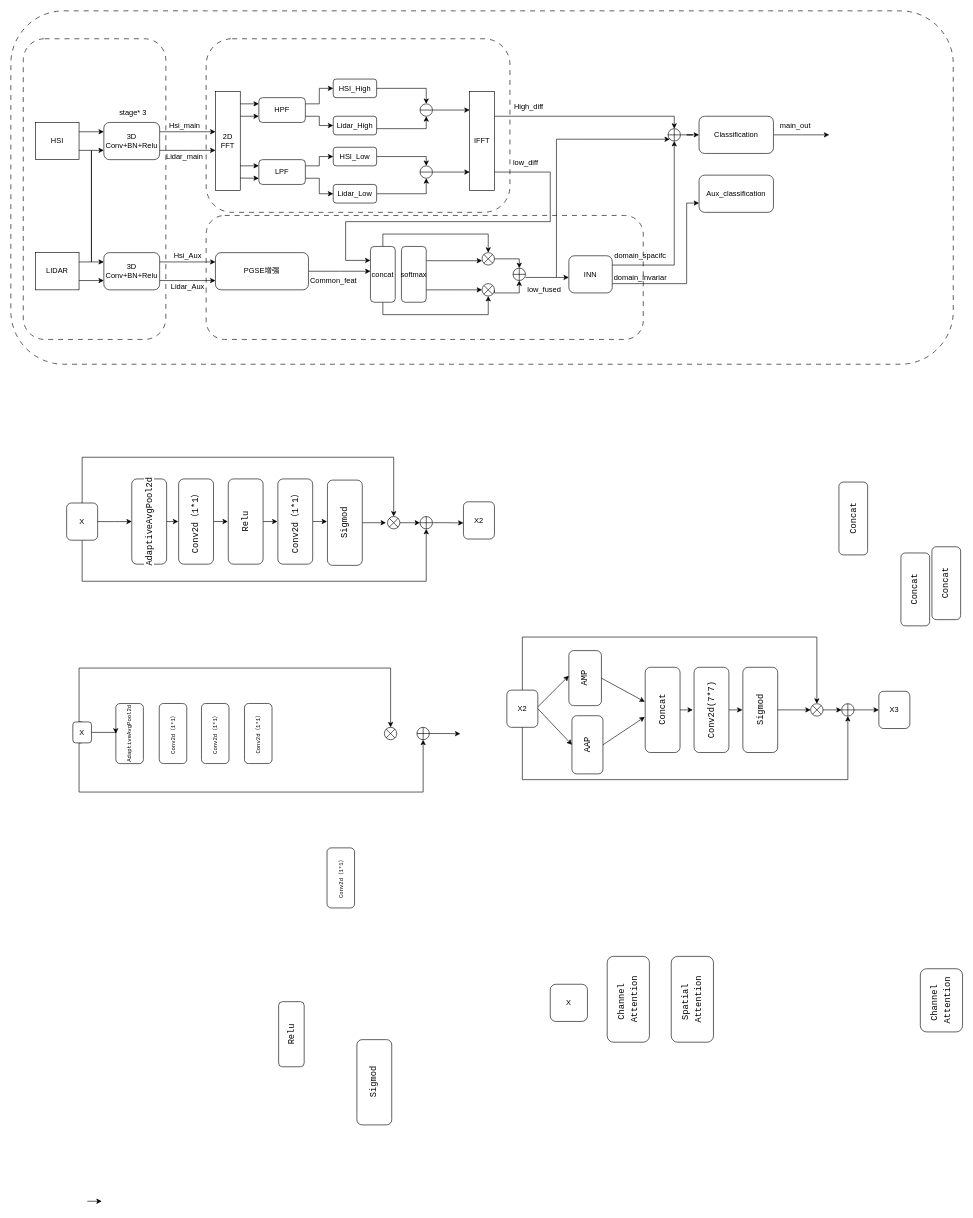
Above: 草图.drawio in Liaoshiyao-jm/model_photoes (draw.io), before the change. Source tidied: cells renumbered, new cells numbered last; positions are measured from the earlier drawing's top-left corner, leaving out a move shared by most shapes. Both pictures are drawn from the tidied source at 62%, with x=0, y=0 at pixel (11, 11).
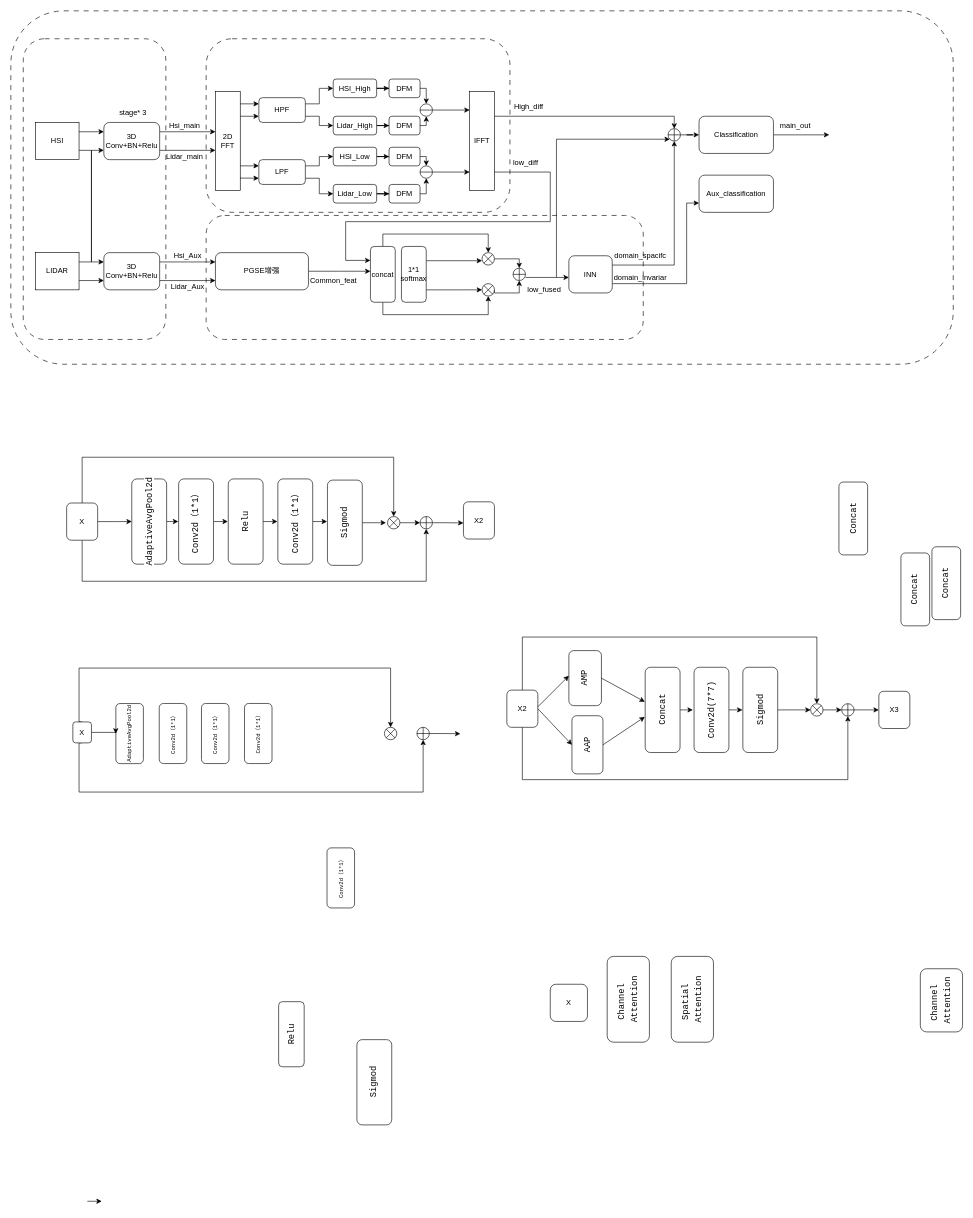
The same diagram, later.

The change refers to these unchanged cells:
```xml
<mxCell id="41" value="HSI_High" style="rounded=1;whiteSpace=wrap;html=1;glass=0;strokeColor=default;align=center;verticalAlign=middle;fontFamily=Helvetica;fontSize=12;fontColor=default;fillColor=default;" parent="1" vertex="1">
  <mxGeometry x="520" y="110" width="70" height="30" as="geometry" />
</mxCell>
<mxCell id="43" value="HSI_Low" style="rounded=1;whiteSpace=wrap;html=1;glass=0;strokeColor=default;align=center;verticalAlign=middle;fontFamily=Helvetica;fontSize=12;fontColor=default;fillColor=default;" parent="1" vertex="1">
  <mxGeometry x="520" y="220" width="70" height="30" as="geometry" />
</mxCell>
<mxCell id="45" value="Lidar_High" style="rounded=1;whiteSpace=wrap;html=1;glass=0;strokeColor=default;align=center;verticalAlign=middle;fontFamily=Helvetica;fontSize=12;fontColor=default;fillColor=default;" parent="1" vertex="1">
  <mxGeometry x="520" y="170" width="70" height="30" as="geometry" />
</mxCell>
<mxCell id="47" value="Lidar_Low" style="rounded=1;whiteSpace=wrap;html=1;glass=0;strokeColor=default;align=center;verticalAlign=middle;fontFamily=Helvetica;fontSize=12;fontColor=default;fillColor=default;" parent="1" vertex="1">
  <mxGeometry x="520" y="280" width="70" height="30" as="geometry" />
</mxCell>
<mxCell id="50" style="shape=lineEllipse;perimeter=ellipsePerimeter;whiteSpace=wrap;html=1;backgroundOutline=1;rounded=1;glass=0;strokeColor=default;align=center;verticalAlign=middle;fontFamily=Helvetica;fontSize=12;fontColor=default;fillColor=default;" parent="1" vertex="1">
  <mxGeometry x="660" y="150" width="20" height="20" as="geometry" />
</mxCell>
<mxCell id="52" style="shape=lineEllipse;perimeter=ellipsePerimeter;whiteSpace=wrap;html=1;backgroundOutline=1;rounded=1;glass=0;strokeColor=default;align=center;verticalAlign=middle;fontFamily=Helvetica;fontSize=12;fontColor=default;fillColor=default;" parent="1" vertex="1">
  <mxGeometry x="660" y="250" width="20" height="20" as="geometry" />
</mxCell>
```

The edit, as a diff of the source:
```diff
@@
+    <mxCell id="141" style="edgeStyle=orthogonalEdgeStyle;rounded=0;jettySize=auto;html=1;" parent="1" edge="1" source="41" target="146">
+      <mxGeometry relative="1" as="geometry" />
+    </mxCell>
@@
-    <mxCell id="42" style="edgeStyle=orthogonalEdgeStyle;rounded=0;jettySize=auto;html=1;exitX=1;exitY=0.5;exitDx=0;exitDy=0;entryX=0.5;entryY=0;entryDx=0;entryDy=0;fontFamily=Helvetica;fontSize=12;fontColor=default;" parent="1" edge="1" source="43" target="52">
-      <mxGeometry relative="1" as="geometry">
-        <Array as="points">
-          <mxPoint x="670" y="235" />
-        </Array>
-      </mxGeometry>
-    </mxCell>
+    <mxCell id="142" style="edgeStyle=orthogonalEdgeStyle;rounded=0;jettySize=auto;html=1;" parent="1" edge="1" source="43" target="152">
+      <mxGeometry relative="1" as="geometry" />
+    </mxCell>
@@
-    <mxCell id="44" style="edgeStyle=orthogonalEdgeStyle;rounded=0;jettySize=auto;html=1;exitX=1;exitY=0.5;exitDx=0;exitDy=0;entryX=0.5;entryY=1;entryDx=0;entryDy=0;fontFamily=Helvetica;fontSize=12;fontColor=default;" parent="1" edge="1" source="45" target="50">
-      <mxGeometry relative="1" as="geometry">
-        <Array as="points">
-          <mxPoint x="560" y="190" />
-          <mxPoint x="670" y="190" />
-        </Array>
-      </mxGeometry>
-    </mxCell>
+    <mxCell id="143" style="edgeStyle=orthogonalEdgeStyle;rounded=0;jettySize=auto;html=1;" parent="1" edge="1" source="45" target="148">
+      <mxGeometry relative="1" as="geometry" />
+    </mxCell>
@@
-    <mxCell id="46" style="edgeStyle=orthogonalEdgeStyle;rounded=0;jettySize=auto;html=1;exitX=1;exitY=0.5;exitDx=0;exitDy=0;entryX=0.5;entryY=1;entryDx=0;entryDy=0;fontFamily=Helvetica;fontSize=12;fontColor=default;" parent="1" edge="1" source="47" target="52">
-      <mxGeometry relative="1" as="geometry" />
-    </mxCell>
+    <mxCell id="144" style="edgeStyle=orthogonalEdgeStyle;rounded=0;jettySize=auto;html=1;" parent="1" edge="1" source="47" target="150">
+      <mxGeometry relative="1" as="geometry" />
+    </mxCell>
@@
-    <mxCell id="48" style="edgeStyle=orthogonalEdgeStyle;rounded=0;jettySize=auto;html=1;exitX=1;exitY=0.5;exitDx=0;exitDy=0;fontFamily=Helvetica;fontSize=12;fontColor=default;" parent="1" edge="1" source="41" target="50">
-      <mxGeometry relative="1" as="geometry" />
-    </mxCell>
@@
-    <mxCell id="66" value="softmax" style="rounded=1;whiteSpace=wrap;html=1;glass=0;strokeColor=default;align=center;verticalAlign=middle;fontFamily=Helvetica;fontSize=12;fontColor=default;fillColor=default;" parent="1" vertex="1">
+    <mxCell id="66" value="1*1&lt;div&gt;&lt;span style=&quot;background-color: transparent; color: light-dark(rgb(0, 0, 0), rgb(255, 255, 255));&quot;&gt;softmax&lt;/span&gt;&lt;/div&gt;" style="rounded=1;whiteSpace=wrap;html=1;glass=0;strokeColor=default;align=center;verticalAlign=middle;fontFamily=Helvetica;fontSize=12;fontColor=default;fillColor=default;" parent="1" vertex="1">
       <mxGeometry x="630" y="380" width="40" height="90" as="geometry" />
     </mxCell>
@@
+    <mxCell id="145" style="edgeStyle=orthogonalEdgeStyle;rounded=0;jettySize=auto;html=1;exitX=1;exitY=0.5;exitDx=0;exitDy=0;entryX=0.5;entryY=0;entryDx=0;entryDy=0;" parent="1" edge="1" source="146" target="50">
+      <mxGeometry relative="1" as="geometry" />
+    </mxCell>
+    <mxCell id="146" value="&lt;font style=&quot;color: rgb(0, 0, 0);&quot;&gt;DFM&lt;/font&gt;" style="rounded=1;whiteSpace=wrap;html=1;glass=0;strokeColor=default;align=center;verticalAlign=middle;fontFamily=Helvetica;fontSize=12;fontColor=default;fillColor=default;" parent="1" vertex="1">
+      <mxGeometry x="610" y="110" width="50" height="30" as="geometry" />
+    </mxCell>
+    <mxCell id="147" style="edgeStyle=orthogonalEdgeStyle;rounded=0;jettySize=auto;html=1;exitX=1;exitY=0.5;exitDx=0;exitDy=0;entryX=0.5;entryY=1;entryDx=0;entryDy=0;" parent="1" edge="1" source="148" target="50">
+      <mxGeometry relative="1" as="geometry" />
+    </mxCell>
+    <mxCell id="148" value="&lt;font style=&quot;color: rgb(0, 0, 0);&quot;&gt;DFM&lt;/font&gt;" style="rounded=1;whiteSpace=wrap;html=1;glass=0;strokeColor=default;align=center;verticalAlign=middle;fontFamily=Helvetica;fontSize=12;fontColor=default;fillColor=default;" parent="1" vertex="1">
+      <mxGeometry x="610" y="170" width="50" height="30" as="geometry" />
+    </mxCell>
+    <mxCell id="149" style="edgeStyle=orthogonalEdgeStyle;rounded=0;jettySize=auto;html=1;exitX=1;exitY=0.5;exitDx=0;exitDy=0;entryX=0.5;entryY=1;entryDx=0;entryDy=0;" parent="1" edge="1" source="150" target="52">
+      <mxGeometry relative="1" as="geometry" />
+    </mxCell>
+    <mxCell id="150" value="&lt;font style=&quot;color: rgb(0, 0, 0);&quot;&gt;DFM&lt;/font&gt;" style="rounded=1;whiteSpace=wrap;html=1;glass=0;strokeColor=default;align=center;verticalAlign=middle;fontFamily=Helvetica;fontSize=12;fontColor=default;fillColor=default;" parent="1" vertex="1">
+      <mxGeometry x="610" y="280" width="50" height="30" as="geometry" />
+    </mxCell>
+    <mxCell id="151" style="edgeStyle=orthogonalEdgeStyle;rounded=0;jettySize=auto;html=1;exitX=1;exitY=0.5;exitDx=0;exitDy=0;entryX=0.5;entryY=0;entryDx=0;entryDy=0;" parent="1" edge="1" source="152" target="52">
+      <mxGeometry relative="1" as="geometry" />
+    </mxCell>
+    <mxCell id="152" value="&lt;font style=&quot;color: rgb(0, 0, 0);&quot;&gt;DFM&lt;/font&gt;" style="rounded=1;whiteSpace=wrap;html=1;glass=0;strokeColor=default;align=center;verticalAlign=middle;fontFamily=Helvetica;fontSize=12;fontColor=default;fillColor=default;" parent="1" vertex="1">
+      <mxGeometry x="610" y="220" width="50" height="30" as="geometry" />
+    </mxCell>
```
